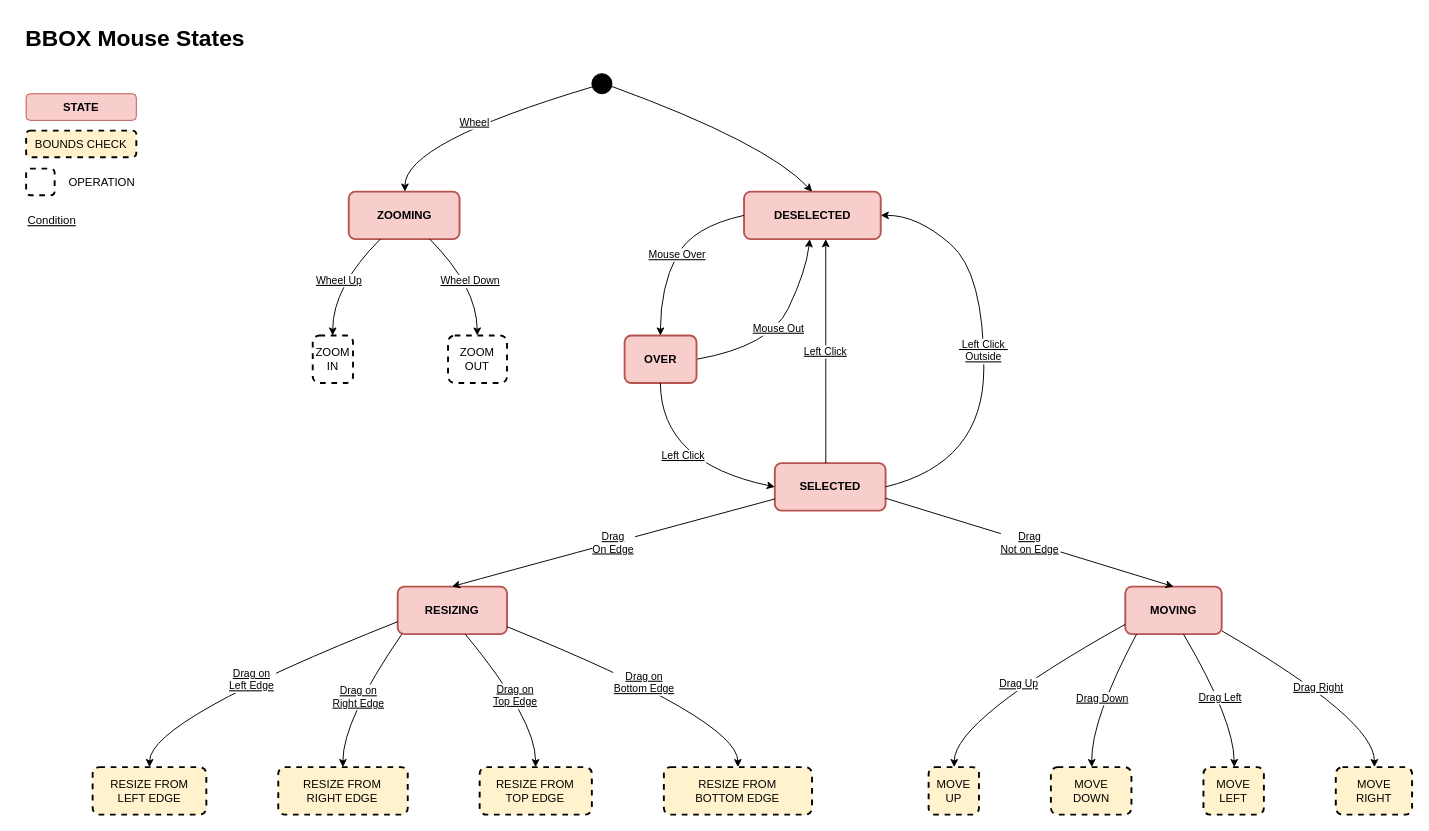
Above: resources/notes/BBOX-state-diag-mouse.drawio in grymmjack/img2ans (draw.io), before the change. Source tidied: cells renumbered, new cells numbered last; positions are measured from the earlier drawing's top-left corner, leaving out a move shared by most shapes. Both pictures are drawn from the tidied source at 95%, with x=0, y=0 at pixel (16, 16).
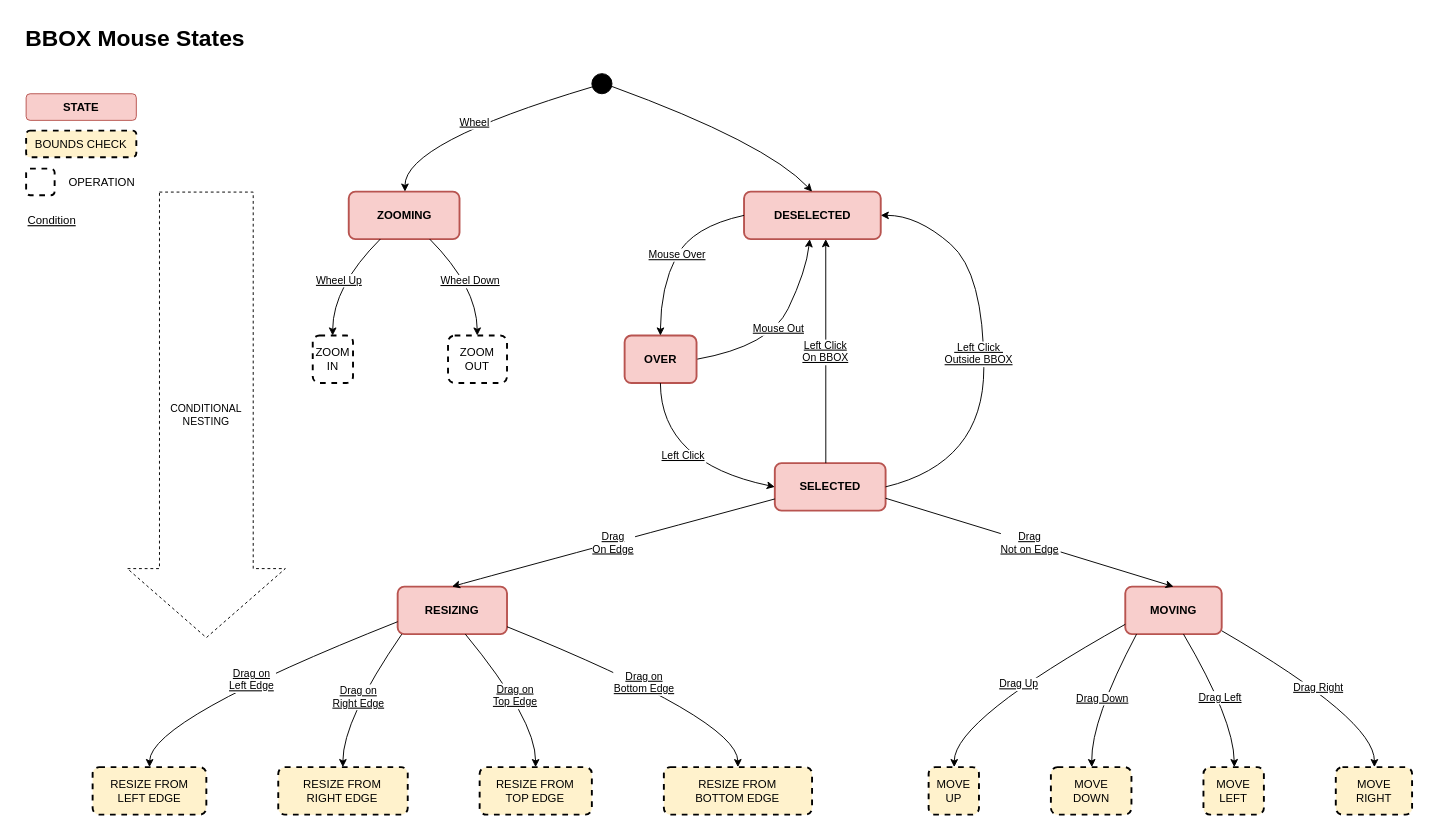
The same diagram, later.

Commit message:
Added conditional nesting

Unchanged cells that the change refers to:
```xml
<mxCell id="3" style="group;" parent="1" vertex="1">
  <mxGeometry x="80" y="60" width="1341.9" height="780" as="geometry" />
</mxCell>
<mxCell id="8" value="DESELECTED" style="rounded=1;absoluteArcSize=1;arcSize=14;whiteSpace=wrap;strokeWidth=2;fillColor=#f8cecc;strokeColor=#b85450;fontStyle=1;" parent="3" vertex="1">
  <mxGeometry x="685.7" y="124.2" width="143.9" height="50" as="geometry" />
</mxCell>
<mxCell id="11" value="SELECTED" style="rounded=1;absoluteArcSize=1;arcSize=14;whiteSpace=wrap;strokeWidth=2;fillColor=#f8cecc;strokeColor=#b85450;fontStyle=1;" parent="3" vertex="1">
  <mxGeometry x="718.1" y="410" width="116.6" height="50" as="geometry" />
</mxCell>
```

What changed in the source:
```diff
@@
-    <mxCell id="28" value="Left Click" style="startArrow=none;exitX=0.46041069216728714;exitY=-5.779844341856061e-8;entryX=0.5929722454689262;entryY=0.9757575410785098;rounded=0;fontStyle=4;" parent="3" edge="1" source="11" target="8">
+    <mxCell id="28" value="Left Click&#10;On BBOX" style="startArrow=none;exitX=0.46041069216728714;exitY=-5.779844341856061e-8;entryX=0.5929722454689262;entryY=0.9757575410785098;rounded=0;fontStyle=4;" parent="3" edge="1" source="11" target="8">
       <mxGeometry relative="1" as="geometry" />
     </mxCell>
-    <mxCell id="29" value=" Left Click &#10;Outside" style="curved=1;startArrow=none;exitX=1;exitY=0.5;entryX=1;entryY=0.5;rounded=0;entryDx=0;entryDy=0;labelBorderColor=none;spacing=2;shadow=0;spacingTop=0;spacingBottom=0;exitDx=0;exitDy=0;fontStyle=4;" parent="3" edge="1" source="11" target="8">
-      <mxGeometry x="0.03" relative="1" as="geometry">
+    <mxCell id="29" value=" Left Click &#10;Outside BBOX" style="curved=1;startArrow=none;exitX=1;exitY=0.5;entryX=1;entryY=0.5;rounded=0;entryDx=0;entryDy=0;labelBorderColor=none;spacing=2;shadow=0;spacingTop=0;spacingBottom=0;exitDx=0;exitDy=0;fontStyle=4;" parent="3" edge="1" source="11" target="8">
+      <mxGeometry x="0.02" y="5" relative="1" as="geometry">
         <Array as="points">
           <mxPoint x="938.1" y="410" />
           <mxPoint x="938.1" y="210" />
           <mxPoint x="868.1" y="149" />
         </Array>
+        <mxPoint y="1" as="offset" />
       </mxGeometry>
     </mxCell>
@@
+    <mxCell id="45" value="CONDITIONAL&#10;NESTING" style="edgeStyle=none;orthogonalLoop=1;jettySize=auto;shape=flexArrow;rounded=1;startSize=8;endSize=23.893333333333334;shadow=0;labelBorderColor=none;fontColor=#000000;startArrow=none;startFill=0;endWidth=66.66666666666667;width=98.66666666666667;dashed=1;" parent="3" edge="1">
+      <mxGeometry relative="1" as="geometry">
+        <mxPoint x="119.7" y="124.2" as="sourcePoint" />
+        <mxPoint x="119.7" y="594.2" as="targetPoint" />
+      </mxGeometry>
+    </mxCell>
```
